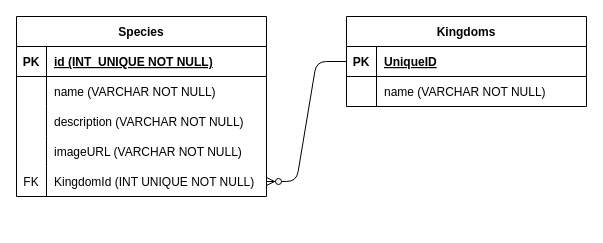
The draw.io diagram schema/ak.drawio in hasan5323/taksonomi, before the edit. Source tidied: cells renumbered, new cells numbered last; positions are measured from the earlier drawing's top-left corner, leaving out a move shared by most shapes. Both pictures are drawn from the tidied source at 100%, with x=0, y=0 at pixel (16, 16).
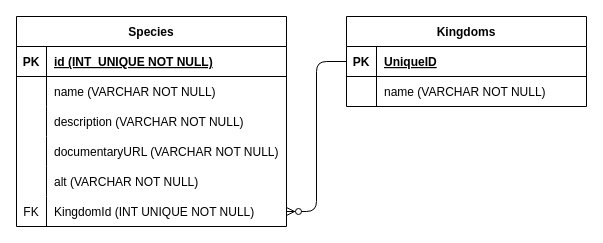
The same page after the edit.

The edit, as a diff of the source:
```diff
@@
     <mxCell id="2" value="Species" style="shape=table;startSize=30;childLayout=tableLayout;rowLines=0;fontStyle=1;align=center;" parent="1" vertex="1">
-      <mxGeometry width="250" height="180" as="geometry" />
+      <mxGeometry width="270" height="210" as="geometry" />
     </mxCell>
     <mxCell id="3" style="shape=tableRow;horizontal=0;startSize=0;swimlaneHead=0;swimlaneBody=0;fillColor=none;top=0;left=0;right=0;bottom=1;" parent="2" vertex="1">
-      <mxGeometry y="30" width="250" height="30" as="geometry" />
+      <mxGeometry y="30" width="270" height="30" as="geometry" />
     </mxCell>
@@
     <mxCell id="5" value="id (INT  UNIQUE NOT NULL)" style="shape=partialRectangle;fillColor=none;top=0;left=0;bottom=0;right=0;align=left;spacingLeft=6;fontStyle=5;overflow=hidden;" parent="3" vertex="1">
-      <mxGeometry x="30" width="220" height="30" as="geometry" />
+      <mxGeometry x="30" width="240" height="30" as="geometry" />
     </mxCell>
     <mxCell id="6" style="shape=tableRow;horizontal=0;startSize=0;swimlaneHead=0;swimlaneBody=0;fillColor=none;top=0;left=0;right=0;bottom=0;" parent="2" vertex="1">
-      <mxGeometry y="60" width="250" height="30" as="geometry" />
+      <mxGeometry y="60" width="270" height="30" as="geometry" />
     </mxCell>
@@
     <mxCell id="8" value="name (VARCHAR NOT NULL)" style="shape=partialRectangle;fillColor=none;top=0;left=0;bottom=0;right=0;align=left;spacingLeft=6;overflow=hidden;" parent="6" vertex="1">
-      <mxGeometry x="30" width="220" height="30" as="geometry" />
+      <mxGeometry x="30" width="240" height="30" as="geometry" />
     </mxCell>
     <mxCell id="9" style="shape=tableRow;horizontal=0;startSize=0;swimlaneHead=0;swimlaneBody=0;fillColor=none;top=0;left=0;right=0;bottom=0;" parent="2" vertex="1">
-      <mxGeometry y="90" width="250" height="30" as="geometry" />
+      <mxGeometry y="90" width="270" height="30" as="geometry" />
     </mxCell>
@@
     <mxCell id="11" value="description (VARCHAR NOT NULL)" style="shape=partialRectangle;fillColor=none;top=0;left=0;bottom=0;right=0;align=left;spacingLeft=6;overflow=hidden;" parent="9" vertex="1">
-      <mxGeometry x="30" width="220" height="30" as="geometry" />
+      <mxGeometry x="30" width="240" height="30" as="geometry" />
     </mxCell>
     <mxCell id="12" style="shape=tableRow;horizontal=0;startSize=0;swimlaneHead=0;swimlaneBody=0;fillColor=none;top=0;left=0;right=0;bottom=0;" parent="2" vertex="1">
-      <mxGeometry y="120" width="250" height="30" as="geometry" />
+      <mxGeometry y="120" width="270" height="30" as="geometry" />
     </mxCell>
@@
-    <mxCell id="14" value="imageURL (VARCHAR NOT NULL)" style="shape=partialRectangle;fillColor=none;top=0;left=0;bottom=0;right=0;align=left;spacingLeft=6;overflow=hidden;" parent="12" vertex="1">
-      <mxGeometry x="30" width="220" height="30" as="geometry" />
+    <mxCell id="14" value="documentaryURL (VARCHAR NOT NULL)" style="shape=partialRectangle;fillColor=none;top=0;left=0;bottom=0;right=0;align=left;spacingLeft=6;overflow=hidden;" parent="12" vertex="1">
+      <mxGeometry x="30" width="240" height="30" as="geometry" />
     </mxCell>
+    <mxCell id="26" style="shape=tableRow;horizontal=0;startSize=0;swimlaneHead=0;swimlaneBody=0;fillColor=none;top=0;left=0;right=0;bottom=0;" parent="2" vertex="1">
+      <mxGeometry y="150" width="270" height="30" as="geometry" />
+    </mxCell>
+    <mxCell id="27" style="shape=partialRectangle;fillColor=none;top=0;left=0;bottom=0;right=0;overflow=hidden;" parent="26" vertex="1">
+      <mxGeometry width="30" height="30" as="geometry" />
+    </mxCell>
+    <mxCell id="28" value="alt (VARCHAR NOT NULL)" style="shape=partialRectangle;fillColor=none;top=0;left=0;bottom=0;right=0;align=left;spacingLeft=6;overflow=hidden;" parent="26" vertex="1">
+      <mxGeometry x="30" width="240" height="30" as="geometry" />
+    </mxCell>
     <mxCell id="15" style="shape=tableRow;horizontal=0;startSize=0;swimlaneHead=0;swimlaneBody=0;fillColor=none;points=[[0,0.5],[1,0.5]];portConstraint=eastwest;top=0;left=0;right=0;bottom=0;" parent="2" vertex="1">
-      <mxGeometry y="150" width="250" height="30" as="geometry" />
+      <mxGeometry y="180" width="270" height="30" as="geometry" />
     </mxCell>
@@
     <mxCell id="17" value="KingdomId (INT UNIQUE NOT NULL)" style="shape=partialRectangle;fillColor=none;top=0;left=0;bottom=0;right=0;align=left;spacingLeft=6;overflow=hidden;" parent="15" vertex="1">
-      <mxGeometry x="30" width="220" height="30" as="geometry" />
+      <mxGeometry x="30" width="240" height="30" as="geometry" />
     </mxCell>
```
